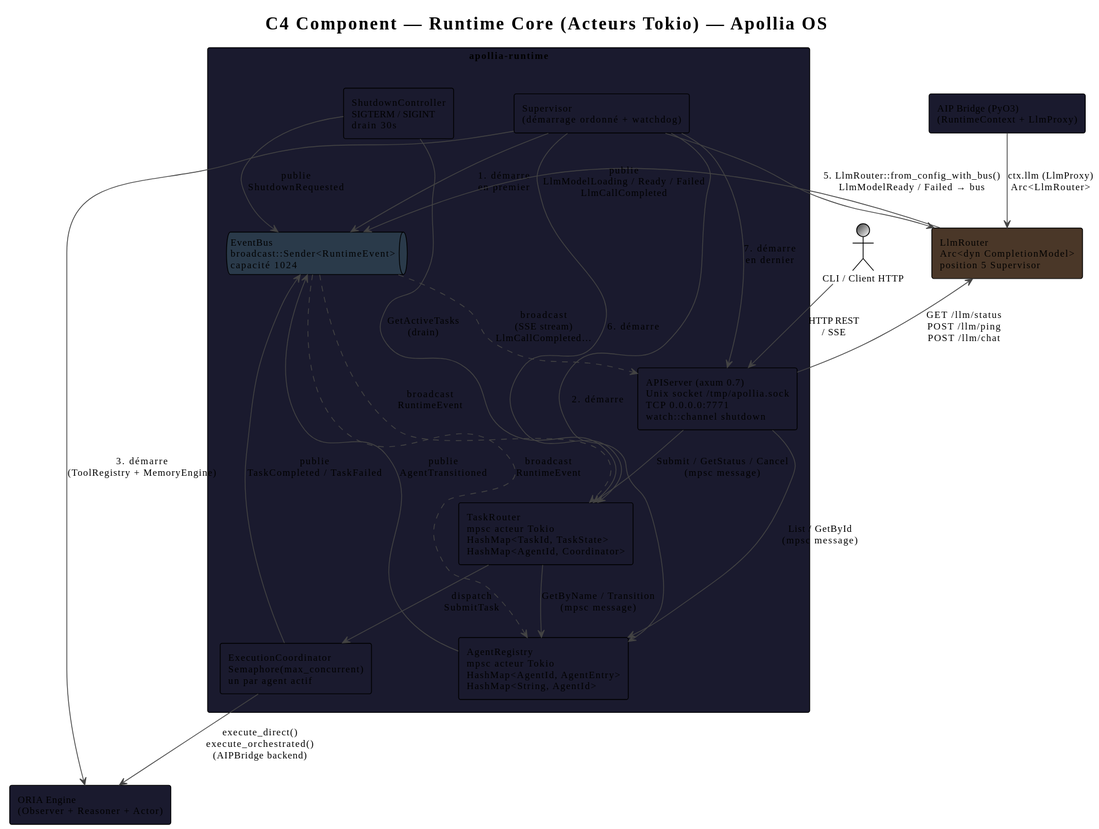
This is book/src/architecture/diagrams/c4-component-runtime-core.svg from nidal-z/apollia-os, a PlantUML export, as it was before one commit.
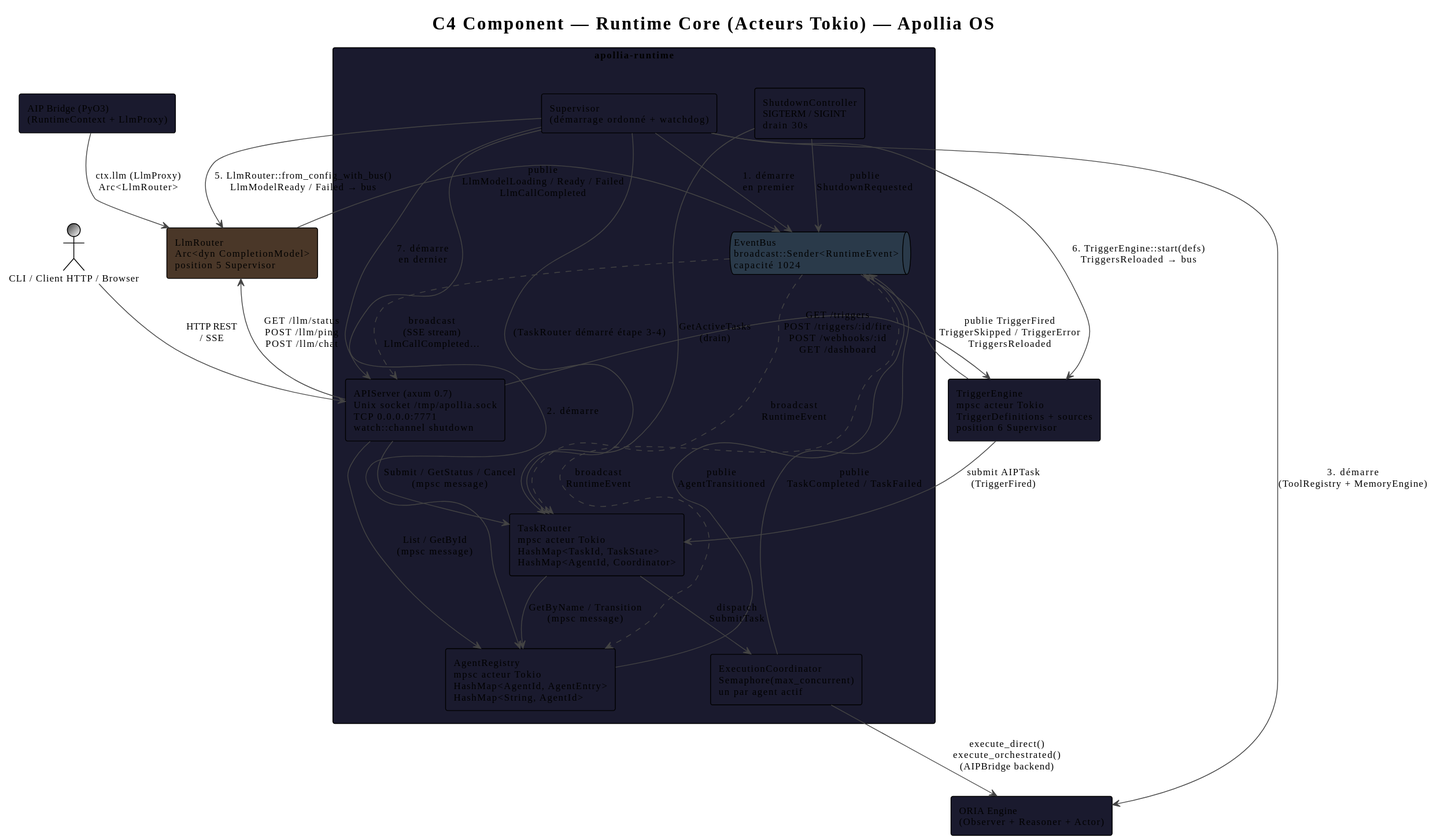
The same file after the commit.

Change to the diagram source:
```diff
@@ -27,15 +27,18 @@
 
 rectangle "LlmRouter\nArc<dyn CompletionModel>\nposition 5 Supervisor" as llm #4a3728
 
+rectangle "TriggerEngine\nmpsc acteur Tokio\nTriggerDefinitions + sources\nposition 6 Supervisor" as trig #1a1a2e
+
 rectangle "ORIA Engine\n(Observer + Reasoner + Actor)" as oria #1a1a2e
 rectangle "AIP Bridge (PyO3)\n(RuntimeContext + LlmProxy)" as aip #1a1a2e
-actor "CLI / Client HTTP" as cli #3a3a3a/white
+actor "CLI / Client HTTP / Browser" as cli #3a3a3a/white
 
 sup --> bus    : 1. démarre\nen premier
 sup --> reg    : 2. démarre
 sup --> oria   : 3. démarre\n(ToolRegistry + MemoryEngine)
 sup --> llm    : 5. LlmRouter::from_config_with_bus()\nLlmModelReady / Failed → bus
-sup --> router : 6. démarre
+sup --> trig   : 6. TriggerEngine::start(defs)\nTriggersReloaded → bus
+sup --> router : (TaskRouter démarré étape 3-4)
 sup --> api    : 7. démarre\nen dernier
 
 bus ..> reg    : broadcast\nRuntimeEvent
@@ -54,6 +57,10 @@
 api    --> router : Submit / GetStatus / Cancel\n(mpsc message)
 api    --> reg    : List / GetById\n(mpsc message)
 api    --> llm    : GET /llm/status\nPOST /llm/ping\nPOST /llm/chat
+api    --> trig   : GET /triggers\nPOST /triggers/:id/fire\nPOST /webhooks/:id\nGET /dashboard
+
+trig   --> router : submit AIPTask\n(TriggerFired)
+trig   --> bus    : publie TriggerFired\nTriggerSkipped / TriggerError\nTriggersReloaded
 
 aip    --> llm    : ctx.llm (LlmProxy)\nArc<LlmRouter>
 
```
